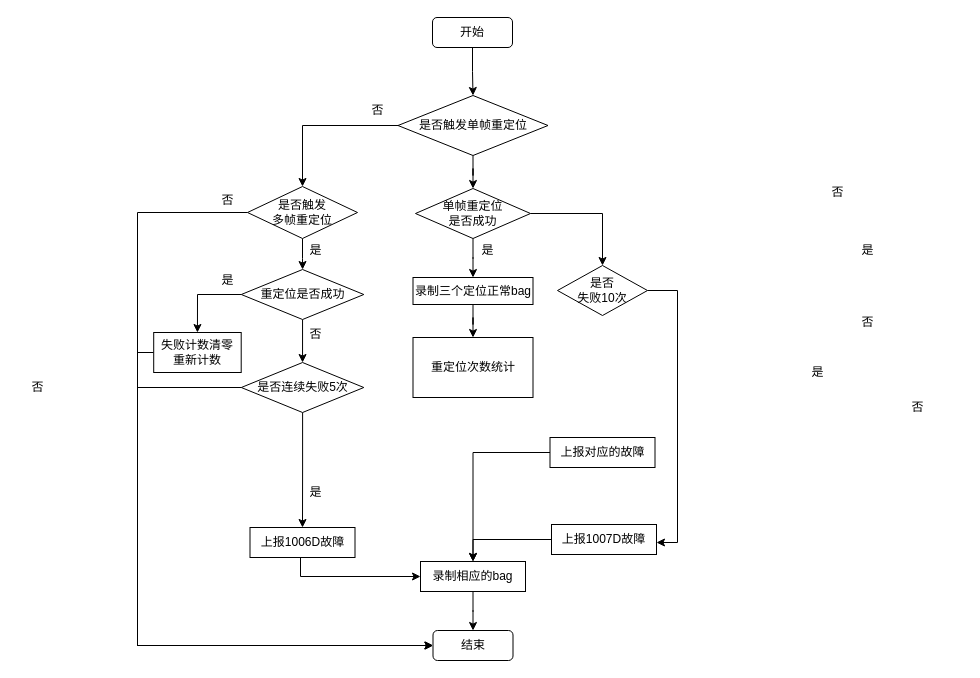
lyfa007/picgo keeps this draw.io diagram as page "第 18 页" (18 of 18) of localization.drawio. Above is the earlier version. Source tidied: cells renumbered, new cells numbered last; positions are measured from the earlier drawing's top-left corner, leaving out a move shared by most shapes. Both pictures are drawn from the tidied source at 100%, with x=0, y=0 at pixel (17, 17).
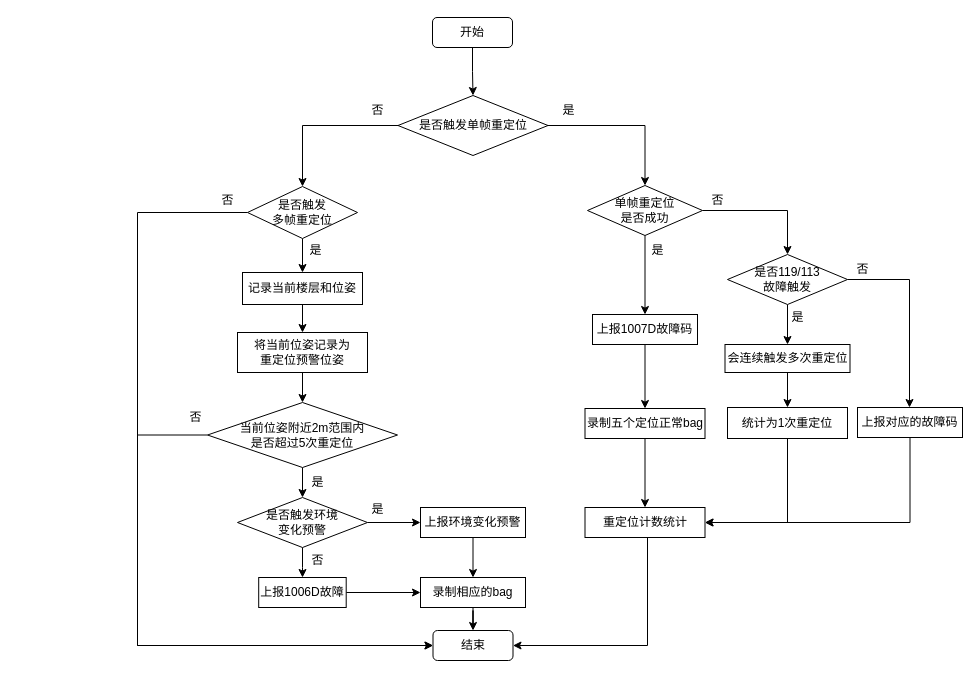
The same page after the edit.

Unchanged cells that the change refers to:
```xml
<mxCell id="6" value="是否触发单帧重定位" style="rhombus;whiteSpace=wrap;html=1;rounded=0;" parent="1" vertex="1">
  <mxGeometry x="380.5" y="78" width="150" height="60" as="geometry" />
</mxCell>
<mxCell id="9" value="是否触发&lt;div&gt;多帧重定位&lt;/div&gt;" style="rhombus;whiteSpace=wrap;html=1;rounded=0;" parent="1" vertex="1">
  <mxGeometry x="230" y="169" width="110" height="52" as="geometry" />
</mxCell>
<mxCell id="13" value="结束" style="rounded=1;whiteSpace=wrap;html=1;" parent="1" vertex="1">
  <mxGeometry x="415.5" y="613" width="80" height="30" as="geometry" />
</mxCell>
```

What changed in the source:
```diff
@@
-    <mxCell id="5" style="edgeStyle=orthogonalEdgeStyle;rounded=0;jettySize=auto;html=1;" parent="1" edge="1" source="6" target="37">
+    <mxCell id="5" style="edgeStyle=orthogonalEdgeStyle;rounded=0;jettySize=auto;html=1;exitX=1;exitY=0.5;exitDx=0;exitDy=0;" parent="1" edge="1" source="6" target="37">
       <mxGeometry relative="1" as="geometry" />
     </mxCell>
@@
-    <mxCell id="8" style="edgeStyle=orthogonalEdgeStyle;rounded=0;jettySize=auto;html=1;" parent="1" edge="1" source="9" target="31">
-      <mxGeometry relative="1" as="geometry" />
-    </mxCell>
+    <mxCell id="48" style="edgeStyle=orthogonalEdgeStyle;rounded=0;jettySize=auto;html=1;" parent="1" edge="1" source="9" target="58">
+      <mxGeometry relative="1" as="geometry" />
+    </mxCell>
@@
-    <mxCell id="11" style="edgeStyle=orthogonalEdgeStyle;rounded=0;jettySize=auto;html=1;entryX=0;entryY=0.5;entryDx=0;entryDy=0;" parent="1" edge="1" source="12" target="15">
-      <mxGeometry relative="1" as="geometry">
-        <Array as="points">
-          <mxPoint x="283" y="559" />
-        </Array>
-      </mxGeometry>
+    <mxCell id="11" style="edgeStyle=orthogonalEdgeStyle;rounded=0;jettySize=auto;html=1;" parent="1" edge="1" source="12" target="15">
+      <mxGeometry relative="1" as="geometry" />
     </mxCell>
     <mxCell id="12" value="上报1006D故障" style="whiteSpace=wrap;html=1;rounded=0;" parent="1" vertex="1">
-      <mxGeometry x="232.5" y="510" width="105" height="30" as="geometry" />
+      <mxGeometry x="241.2" y="560" width="87.5" height="30" as="geometry" />
     </mxCell>
@@
     <mxCell id="15" value="录制相应的bag" style="whiteSpace=wrap;html=1;rounded=0;" parent="1" vertex="1">
-      <mxGeometry x="403" y="544" width="105" height="30" as="geometry" />
+      <mxGeometry x="403" y="560" width="105" height="30" as="geometry" />
     </mxCell>
-    <mxCell id="16" style="edgeStyle=orthogonalEdgeStyle;rounded=0;jettySize=auto;html=1;" parent="1" edge="1" source="28" target="12">
-      <mxGeometry relative="1" as="geometry" />
-    </mxCell>
@@
     <mxCell id="19" value="是" style="text;html=1;align=center;verticalAlign=middle;strokeColor=none;fillColor=none;" parent="1" vertex="1">
-      <mxGeometry x="830" y="218" width="40" height="30" as="geometry" />
+      <mxGeometry x="530.5" y="78" width="40" height="30" as="geometry" />
     </mxCell>
     <mxCell id="20" value="否" style="text;html=1;align=center;verticalAlign=middle;strokeColor=none;fillColor=none;" parent="1" vertex="1">
-      <mxGeometry x="277.5" y="302" width="40" height="30" as="geometry" />
+      <mxGeometry x="157.5" y="385" width="40" height="30" as="geometry" />
     </mxCell>
     <mxCell id="21" value="否" style="text;html=1;align=center;verticalAlign=middle;strokeColor=none;fillColor=none;" parent="1" vertex="1">
-      <mxGeometry x="800" y="160" width="40" height="30" as="geometry" />
+      <mxGeometry x="680" y="168" width="40" height="30" as="geometry" />
     </mxCell>
     <mxCell id="22" value="否" style="text;html=1;align=center;verticalAlign=middle;strokeColor=none;fillColor=none;" parent="1" vertex="1">
-      <mxGeometry x="830" y="290" width="40" height="30" as="geometry" />
+      <mxGeometry x="825" y="237" width="40" height="30" as="geometry" />
     </mxCell>
-    <mxCell id="23" style="edgeStyle=orthogonalEdgeStyle;rounded=0;jettySize=auto;html=1;" parent="1" edge="1" source="24" target="15">
-      <mxGeometry relative="1" as="geometry" />
-    </mxCell>
+    <mxCell id="49" style="edgeStyle=orthogonalEdgeStyle;rounded=0;jettySize=auto;html=1;entryX=1;entryY=0.5;entryDx=0;entryDy=0;" parent="1" edge="1" source="24" target="47">
+      <mxGeometry relative="1" as="geometry">
+        <Array as="points">
+          <mxPoint x="892" y="505" />
+        </Array>
+      </mxGeometry>
+    </mxCell>
-    <mxCell id="24" value="上报对应的故障" style="whiteSpace=wrap;html=1;rounded=0;" parent="1" vertex="1">
-      <mxGeometry x="532.5" y="420" width="105" height="30" as="geometry" />
+    <mxCell id="24" value="上报对应的故障码" style="whiteSpace=wrap;html=1;rounded=0;" parent="1" vertex="1">
+      <mxGeometry x="840" y="390" width="105" height="30" as="geometry" />
     </mxCell>
-    <mxCell id="25" style="edgeStyle=orthogonalEdgeStyle;rounded=0;jettySize=auto;html=1;entryX=0;entryY=0.5;entryDx=0;entryDy=0;" parent="1" edge="1" source="26" target="13">
-      <mxGeometry relative="1" as="geometry">
-        <Array as="points">
-          <mxPoint x="120" y="335" />
-          <mxPoint x="120" y="628" />
-        </Array>
-      </mxGeometry>
-    </mxCell>
+    <mxCell id="50" style="edgeStyle=orthogonalEdgeStyle;rounded=0;jettySize=auto;html=1;" parent="1" edge="1" source="26" target="28">
+      <mxGeometry relative="1" as="geometry" />
+    </mxCell>
-    <mxCell id="26" value="失败计数清零&lt;div&gt;重新计数&lt;/div&gt;" style="whiteSpace=wrap;html=1;rounded=0;" parent="1" vertex="1">
-      <mxGeometry x="136.2" y="315" width="87.5" height="40" as="geometry" />
+    <mxCell id="26" value="将当前位姿记录为&lt;div&gt;重定位预警位姿&lt;/div&gt;" style="whiteSpace=wrap;html=1;rounded=0;" parent="1" vertex="1">
+      <mxGeometry x="220" y="315" width="130" height="40" as="geometry" />
     </mxCell>
+    <mxCell id="51" style="edgeStyle=orthogonalEdgeStyle;rounded=0;jettySize=auto;html=1;" parent="1" edge="1" source="28" target="62">
+      <mxGeometry relative="1" as="geometry" />
+    </mxCell>
-    <mxCell id="27" style="edgeStyle=orthogonalEdgeStyle;rounded=0;jettySize=auto;html=1;exitX=0;exitY=0.5;exitDx=0;exitDy=0;entryX=0;entryY=0.5;entryDx=0;entryDy=0;" parent="1" edge="1" source="28" target="13">
+    <mxCell id="27" style="edgeStyle=orthogonalEdgeStyle;rounded=0;jettySize=auto;html=1;entryX=0;entryY=0.5;entryDx=0;entryDy=0;" parent="1" edge="1" source="28" target="13">
       <mxGeometry relative="1" as="geometry">
         <Array as="points">
-          <mxPoint x="120" y="370" />
+          <mxPoint x="120" y="417" />
           <mxPoint x="120" y="628" />
         </Array>
       </mxGeometry>
     </mxCell>
-    <mxCell id="28" value="是否连续失败5次" style="rhombus;whiteSpace=wrap;html=1;rounded=0;" parent="1" vertex="1">
-      <mxGeometry x="223.8" y="345" width="122.5" height="50" as="geometry" />
+    <mxCell id="28" value="当前位姿附近2m范围内&lt;div&gt;是否超过5次重定位&lt;/div&gt;" style="rhombus;whiteSpace=wrap;html=1;rounded=0;" parent="1" vertex="1">
+      <mxGeometry x="190" y="385" width="190" height="65" as="geometry" />
     </mxCell>
-    <mxCell id="29" style="edgeStyle=orthogonalEdgeStyle;rounded=0;jettySize=auto;html=1;" parent="1" edge="1" source="31" target="28">
-      <mxGeometry relative="1" as="geometry" />
-    </mxCell>
-    <mxCell id="30" style="edgeStyle=orthogonalEdgeStyle;rounded=0;jettySize=auto;html=1;entryX=0.5;entryY=0;entryDx=0;entryDy=0;exitX=0;exitY=0.5;exitDx=0;exitDy=0;" parent="1" edge="1" source="31" target="26">
-      <mxGeometry relative="1" as="geometry" />
-    </mxCell>
-    <mxCell id="31" value="重定位是否成功" style="rhombus;whiteSpace=wrap;html=1;rounded=0;" parent="1" vertex="1">
-      <mxGeometry x="223.8" y="252" width="122.5" height="50" as="geometry" />
-    </mxCell>
-    <mxCell id="32" value="是" style="text;html=1;align=center;verticalAlign=middle;strokeColor=none;fillColor=none;" parent="1" vertex="1">
-      <mxGeometry x="190" y="248" width="40" height="30" as="geometry" />
-    </mxCell>
-    <mxCell id="33" value="是" style="text;html=1;align=center;verticalAlign=middle;strokeColor=none;fillColor=none;" parent="1" vertex="1">
-      <mxGeometry x="277.5" y="460" width="40" height="30" as="geometry" />
-    </mxCell>
-    <mxCell id="34" value="否" style="text;html=1;align=center;verticalAlign=middle;strokeColor=none;fillColor=none;" parent="1" vertex="1">
-      <mxGeometry y="355" width="40" height="30" as="geometry" />
-    </mxCell>
@@
-    <mxCell id="36" style="edgeStyle=orthogonalEdgeStyle;rounded=0;jettySize=auto;html=1;" parent="1" edge="1" source="37" target="46">
-      <mxGeometry relative="1" as="geometry" />
-    </mxCell>
+    <mxCell id="52" style="edgeStyle=orthogonalEdgeStyle;rounded=0;jettySize=auto;html=1;" parent="1" edge="1" source="37" target="44">
+      <mxGeometry relative="1" as="geometry" />
+    </mxCell>
     <mxCell id="37" value="单帧重定位&lt;div&gt;是否成功&lt;/div&gt;" style="rhombus;whiteSpace=wrap;html=1;rounded=0;" parent="1" vertex="1">
-      <mxGeometry x="398" y="171" width="115" height="50" as="geometry" />
+      <mxGeometry x="570" y="168" width="115" height="50" as="geometry" />
     </mxCell>
     <mxCell id="38" value="是" style="text;html=1;align=center;verticalAlign=middle;strokeColor=none;fillColor=none;" parent="1" vertex="1">
-      <mxGeometry x="450" y="218" width="40" height="30" as="geometry" />
+      <mxGeometry x="620" y="218" width="40" height="30" as="geometry" />
     </mxCell>
-    <mxCell id="39" style="edgeStyle=orthogonalEdgeStyle;rounded=0;jettySize=auto;html=1;exitX=1;exitY=0.5;exitDx=0;exitDy=0;" parent="1" edge="1" source="40" target="44">
-      <mxGeometry relative="1" as="geometry">
-        <Array as="points">
-          <mxPoint x="660" y="273" />
-          <mxPoint x="660" y="525" />
-        </Array>
-      </mxGeometry>
-    </mxCell>
+    <mxCell id="53" style="edgeStyle=orthogonalEdgeStyle;rounded=0;jettySize=auto;html=1;" parent="1" edge="1" source="40" target="66">
+      <mxGeometry relative="1" as="geometry" />
+    </mxCell>
+    <mxCell id="54" style="edgeStyle=orthogonalEdgeStyle;rounded=0;jettySize=auto;html=1;" parent="1" edge="1" source="40" target="24">
+      <mxGeometry relative="1" as="geometry">
+        <Array as="points">
+          <mxPoint x="892" y="262" />
+        </Array>
+      </mxGeometry>
+    </mxCell>
-    <mxCell id="40" value="是否&lt;div&gt;失败10次&lt;/div&gt;" style="rhombus;whiteSpace=wrap;html=1;rounded=0;" parent="1" vertex="1">
-      <mxGeometry x="540" y="248" width="90" height="50" as="geometry" />
+    <mxCell id="40" value="是否119/113&lt;div&gt;故障触发&lt;/div&gt;" style="rhombus;whiteSpace=wrap;html=1;rounded=0;" parent="1" vertex="1">
+      <mxGeometry x="710" y="237" width="120" height="50" as="geometry" />
     </mxCell>
-    <mxCell id="41" value="否" style="text;html=1;align=center;verticalAlign=middle;strokeColor=none;fillColor=none;" parent="1" vertex="1">
-      <mxGeometry x="880" y="375" width="40" height="30" as="geometry" />
+    <mxCell id="41" value="是" style="text;html=1;align=center;verticalAlign=middle;strokeColor=none;fillColor=none;" parent="1" vertex="1">
+      <mxGeometry x="760" y="285" width="40" height="30" as="geometry" />
     </mxCell>
     <mxCell id="42" value="是" style="text;html=1;align=center;verticalAlign=middle;strokeColor=none;fillColor=none;" parent="1" vertex="1">
-      <mxGeometry x="780" y="340" width="40" height="30" as="geometry" />
+      <mxGeometry x="340" y="477" width="40" height="30" as="geometry" />
     </mxCell>
-    <mxCell id="43" style="edgeStyle=orthogonalEdgeStyle;rounded=0;jettySize=auto;html=1;entryX=0.5;entryY=0;entryDx=0;entryDy=0;" parent="1" edge="1" source="44" target="15">
-      <mxGeometry relative="1" as="geometry" />
-    </mxCell>
+    <mxCell id="55" style="edgeStyle=orthogonalEdgeStyle;rounded=0;jettySize=auto;html=1;" parent="1" edge="1" source="44" target="46">
+      <mxGeometry relative="1" as="geometry" />
+    </mxCell>
-    <mxCell id="44" value="上报1007D故障" style="whiteSpace=wrap;html=1;rounded=0;" parent="1" vertex="1">
-      <mxGeometry x="534" y="507" width="105" height="30" as="geometry" />
+    <mxCell id="44" value="上报1007D故障码" style="whiteSpace=wrap;html=1;rounded=0;" parent="1" vertex="1">
+      <mxGeometry x="575" y="297" width="105" height="30" as="geometry" />
     </mxCell>
@@
-    <mxCell id="46" value="录制三个定位正常bag" style="whiteSpace=wrap;html=1;rounded=0;" parent="1" vertex="1">
-      <mxGeometry x="395.5" y="260" width="120" height="27" as="geometry" />
+    <mxCell id="46" value="录制五个定位正常bag" style="whiteSpace=wrap;html=1;rounded=0;" parent="1" vertex="1">
+      <mxGeometry x="567.5" y="391" width="120" height="30" as="geometry" />
     </mxCell>
+    <mxCell id="56" style="edgeStyle=orthogonalEdgeStyle;rounded=0;jettySize=auto;html=1;entryX=1;entryY=0.5;entryDx=0;entryDy=0;" parent="1" edge="1" source="47" target="13">
+      <mxGeometry relative="1" as="geometry">
+        <Array as="points">
+          <mxPoint x="630" y="628" />
+        </Array>
+      </mxGeometry>
+    </mxCell>
-    <mxCell id="47" value="重定位次数统计" style="whiteSpace=wrap;html=1;rounded=0;" parent="1" vertex="1">
-      <mxGeometry x="395.5" y="320" width="120" height="60" as="geometry" />
+    <mxCell id="47" value="重定位计数统计" style="whiteSpace=wrap;html=1;rounded=0;" parent="1" vertex="1">
+      <mxGeometry x="567.5" y="490" width="120" height="30" as="geometry" />
     </mxCell>
+    <mxCell id="57" style="edgeStyle=orthogonalEdgeStyle;rounded=0;jettySize=auto;html=1;" parent="1" edge="1" source="58" target="26">
+      <mxGeometry relative="1" as="geometry" />
+    </mxCell>
+    <mxCell id="58" value="记录当前楼层和位姿" style="whiteSpace=wrap;html=1;rounded=0;" parent="1" vertex="1">
+      <mxGeometry x="225" y="255" width="120" height="32" as="geometry" />
+    </mxCell>
+    <mxCell id="59" value="是" style="text;html=1;align=center;verticalAlign=middle;strokeColor=none;fillColor=none;" parent="1" vertex="1">
+      <mxGeometry x="280" y="450" width="40" height="30" as="geometry" />
+    </mxCell>
+    <mxCell id="60" style="edgeStyle=orthogonalEdgeStyle;rounded=0;jettySize=auto;html=1;" parent="1" edge="1" source="62" target="12">
+      <mxGeometry relative="1" as="geometry" />
+    </mxCell>
+    <mxCell id="61" style="edgeStyle=orthogonalEdgeStyle;rounded=0;jettySize=auto;html=1;" parent="1" edge="1" source="62" target="64">
+      <mxGeometry relative="1" as="geometry" />
+    </mxCell>
+    <mxCell id="62" value="是否触发环境&lt;div&gt;变化预警&lt;/div&gt;" style="rhombus;whiteSpace=wrap;html=1;rounded=0;" parent="1" vertex="1">
+      <mxGeometry x="220" y="480" width="130" height="50" as="geometry" />
+    </mxCell>
+    <mxCell id="34" value="否" style="text;html=1;align=center;verticalAlign=middle;strokeColor=none;fillColor=none;" parent="1" vertex="1">
+      <mxGeometry x="280" y="528" width="40" height="30" as="geometry" />
+    </mxCell>
+    <mxCell id="63" style="edgeStyle=orthogonalEdgeStyle;rounded=0;jettySize=auto;html=1;" parent="1" edge="1" source="64" target="15">
+      <mxGeometry relative="1" as="geometry" />
+    </mxCell>
+    <mxCell id="64" value="上报环境变化预警" style="whiteSpace=wrap;html=1;rounded=0;" parent="1" vertex="1">
+      <mxGeometry x="403" y="490" width="105" height="30" as="geometry" />
+    </mxCell>
+    <mxCell id="65" style="edgeStyle=orthogonalEdgeStyle;rounded=0;jettySize=auto;html=1;" parent="1" edge="1" source="66" target="68">
+      <mxGeometry relative="1" as="geometry" />
+    </mxCell>
+    <mxCell id="66" value="会连续触发多次重定位" style="whiteSpace=wrap;html=1;rounded=0;" parent="1" vertex="1">
+      <mxGeometry x="707.5" y="327" width="125" height="28" as="geometry" />
+    </mxCell>
+    <mxCell id="67" style="edgeStyle=orthogonalEdgeStyle;rounded=0;jettySize=auto;html=1;entryX=1;entryY=0.5;entryDx=0;entryDy=0;" parent="1" edge="1" source="68" target="47">
+      <mxGeometry relative="1" as="geometry">
+        <Array as="points">
+          <mxPoint x="770" y="505" />
+        </Array>
+      </mxGeometry>
+    </mxCell>
+    <mxCell id="68" value="统计为1次重定位" style="whiteSpace=wrap;html=1;rounded=0;" parent="1" vertex="1">
+      <mxGeometry x="710" y="390" width="120" height="31" as="geometry" />
+    </mxCell>
```
